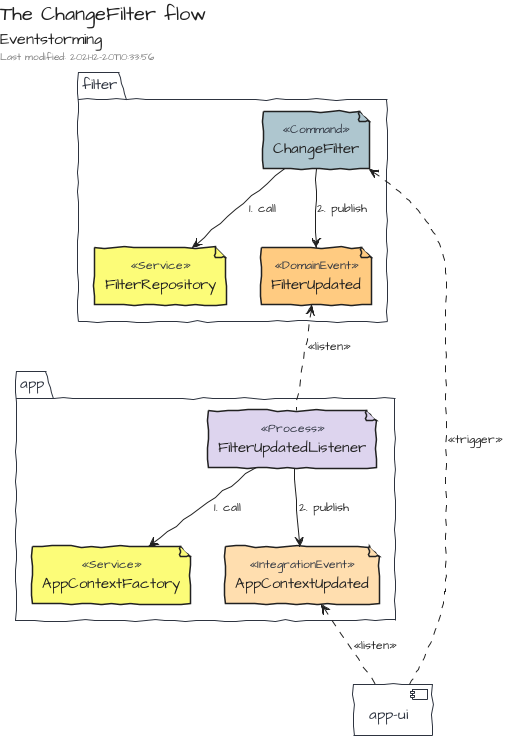
Before: book/examples/todomvc/eventstorming_ChangeFiler.png, a diagram exported from PlantUML (tmorin/ceb).
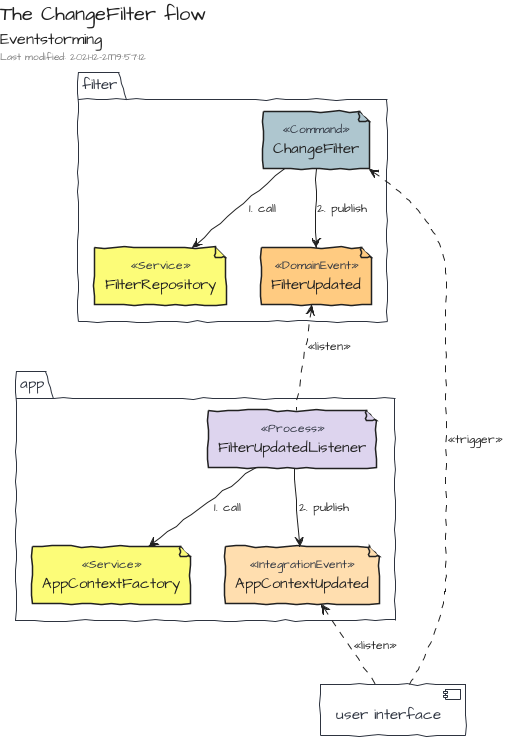
After the commit.

Change to the diagram source:
```diff
@@ -11,12 +11,12 @@
   AppContextFactory()
   AppContextUpdated()
 }
-component app_ui as "app-ui"
+component user_interface as "user interface"
 ChangeFilter --> FilterRepository : 1. call
 ChangeFilter --> FilterUpdated : 2. publish
 FilterUpdated <.. FilterUpdatedListener : <<listen>>
 FilterUpdatedListener --> AppContextFactory : 1. call
 FilterUpdatedListener --> AppContextUpdated : 2. publish
-AppContextUpdated <.. app_ui : <<listen>>
-ChangeFilter <.. app_ui : <<trigger>>
+AppContextUpdated <.. user_interface : <<listen>>
+ChangeFilter <.. user_interface : <<trigger>>
 @enduml
```
